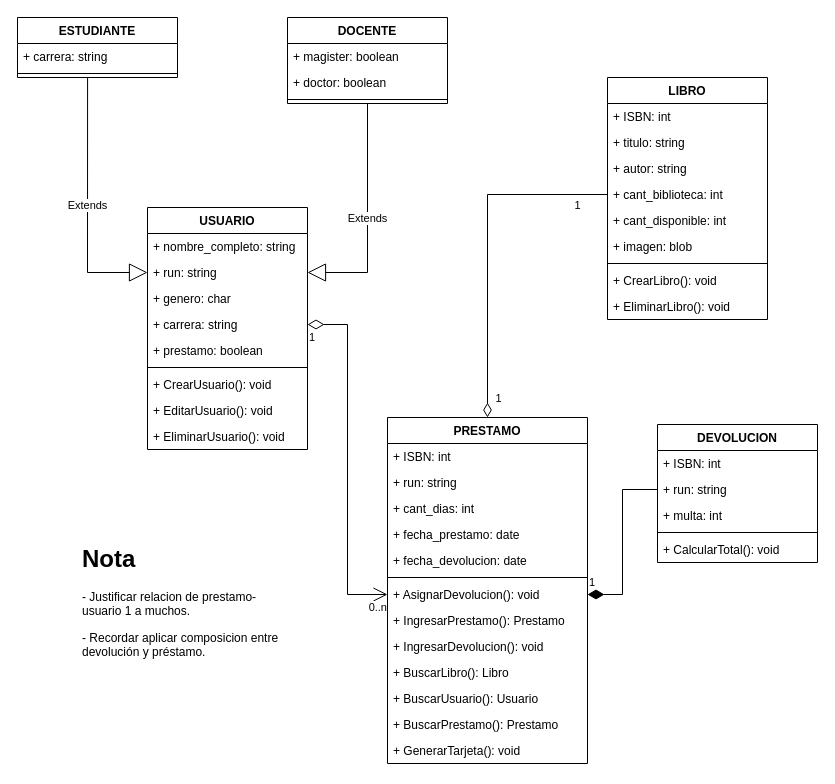
This is page "Página-1" (1 of 3) of UML_Libreria.drawio from JeanPiffaut/Sumativa2-prestamos, a draw.io file, before an edit. Source tidied: cells renumbered, new cells numbered last; positions are measured from the earlier drawing's top-left corner, leaving out a move shared by most shapes. Both pictures are drawn from the tidied source at 100%, with x=0, y=0 at pixel (17, 17).
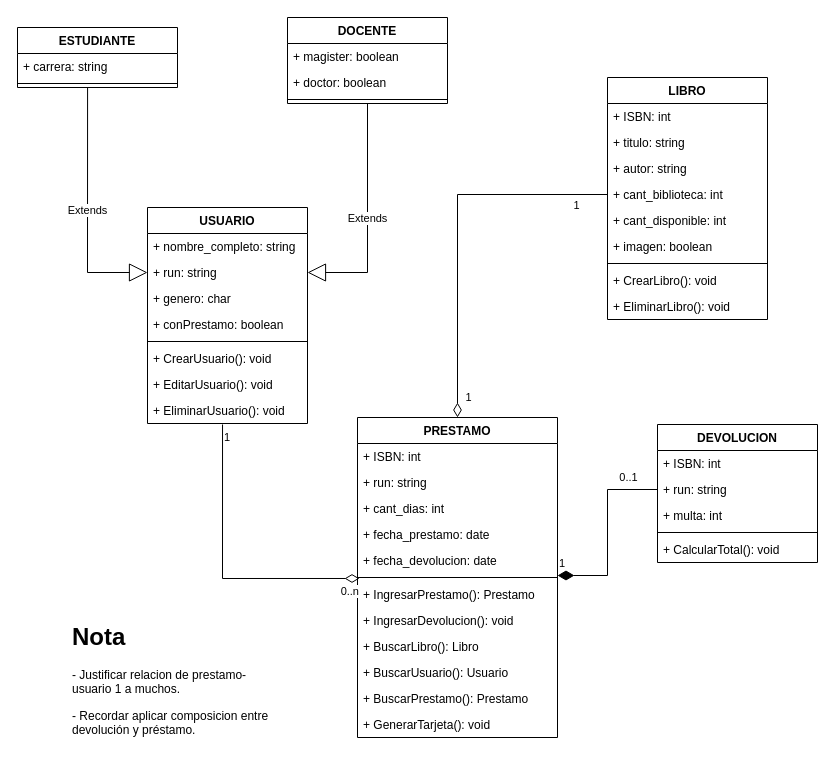
Above is the later version.

The change refers to these unchanged cells:
```xml
<mxCell id="19" value="LIBRO" style="swimlane;fontStyle=1;align=center;verticalAlign=top;horizontal=1;startSize=26;" parent="1" vertex="1">
  <mxGeometry x="590" y="60" width="160" height="242" as="geometry" />
</mxCell>
<mxCell id="34" value="+ fecha_devolucion: date" style="text;strokeColor=none;fillColor=none;align=left;verticalAlign=top;spacingLeft=4;spacingRight=4;overflow=hidden;points=[[0,0.5],[1,0.5]];portConstraint=eastwest;" parent="29" vertex="1">
  <mxGeometry y="130" width="200" height="26" as="geometry" />
</mxCell>
<mxCell id="35" style="line;strokeWidth=1;fillColor=none;align=left;verticalAlign=middle;spacingTop=-1;spacingLeft=3;spacingRight=3;labelPosition=right;points=[];portConstraint=eastwest;strokeColor=inherit;" parent="29" vertex="1">
  <mxGeometry y="156" width="200" height="8" as="geometry" />
</mxCell>
<mxCell id="45" value="+ run: string" style="text;strokeColor=none;fillColor=none;align=left;verticalAlign=top;spacingLeft=4;spacingRight=4;overflow=hidden;points=[[0,0.5],[1,0.5]];portConstraint=eastwest;" parent="43" vertex="1">
  <mxGeometry y="52" width="160" height="26" as="geometry" />
</mxCell>
```

Diff of the diagram source:
```diff
@@
     <mxCell id="6" value="ESTUDIANTE" style="swimlane;fontStyle=1;align=center;verticalAlign=top;horizontal=1;startSize=26;" parent="1" vertex="1">
-      <mxGeometry width="160" height="60" as="geometry" />
+      <mxGeometry y="10" width="160" height="60" as="geometry" />
     </mxCell>
@@
     <mxCell id="9" value="USUARIO" style="swimlane;fontStyle=1;align=center;verticalAlign=top;horizontal=1;startSize=26;" parent="1" vertex="1">
-      <mxGeometry x="130" y="190" width="160" height="242" as="geometry" />
+      <mxGeometry x="130" y="190" width="160" height="216" as="geometry" />
     </mxCell>
@@
-    <mxCell id="13" value="+ carrera: string" style="text;strokeColor=none;fillColor=none;align=left;verticalAlign=top;spacingLeft=4;spacingRight=4;overflow=hidden;points=[[0,0.5],[1,0.5]];portConstraint=eastwest;" parent="9" vertex="1">
-      <mxGeometry y="104" width="160" height="26" as="geometry" />
-    </mxCell>
-    <mxCell id="14" value="+ prestamo: boolean" style="text;strokeColor=none;fillColor=none;align=left;verticalAlign=top;spacingLeft=4;spacingRight=4;overflow=hidden;" parent="9" vertex="1">
-      <mxGeometry y="130" width="160" height="26" as="geometry" />
+    <mxCell id="14" value="+ conPrestamo: boolean" style="text;strokeColor=none;fillColor=none;align=left;verticalAlign=top;spacingLeft=4;spacingRight=4;overflow=hidden;" parent="9" vertex="1">
+      <mxGeometry y="104" width="160" height="26" as="geometry" />
     </mxCell>
     <mxCell id="15" style="line;strokeWidth=1;fillColor=none;align=left;verticalAlign=middle;spacingTop=-1;spacingLeft=3;spacingRight=3;labelPosition=right;strokeColor=inherit;" parent="9" vertex="1">
-      <mxGeometry y="156" width="160" height="8" as="geometry" />
+      <mxGeometry y="130" width="160" height="8" as="geometry" />
     </mxCell>
     <mxCell id="16" value="+ CrearUsuario(): void" style="text;strokeColor=none;fillColor=none;align=left;verticalAlign=top;spacingLeft=4;spacingRight=4;overflow=hidden;" parent="9" vertex="1">
-      <mxGeometry y="164" width="160" height="26" as="geometry" />
+      <mxGeometry y="138" width="160" height="26" as="geometry" />
     </mxCell>
     <mxCell id="17" value="+ EditarUsuario(): void" style="text;strokeColor=none;fillColor=none;align=left;verticalAlign=top;spacingLeft=4;spacingRight=4;overflow=hidden;" parent="9" vertex="1">
-      <mxGeometry y="190" width="160" height="26" as="geometry" />
+      <mxGeometry y="164" width="160" height="26" as="geometry" />
     </mxCell>
     <mxCell id="18" value="+ EliminarUsuario(): void" style="text;strokeColor=none;fillColor=none;align=left;verticalAlign=top;spacingLeft=4;spacingRight=4;overflow=hidden;points=[[0,0.5],[1,0.5]];portConstraint=eastwest;" parent="9" vertex="1">
-      <mxGeometry y="216" width="160" height="26" as="geometry" />
+      <mxGeometry y="190" width="160" height="26" as="geometry" />
     </mxCell>
@@
-    <mxCell id="25" value="+ imagen: blob " style="text;strokeColor=none;fillColor=none;align=left;verticalAlign=top;spacingLeft=4;spacingRight=4;overflow=hidden;" parent="19" vertex="1">
+    <mxCell id="25" value="+ imagen: boolean" style="text;strokeColor=none;fillColor=none;align=left;verticalAlign=top;spacingLeft=4;spacingRight=4;overflow=hidden;" parent="19" vertex="1">
       <mxGeometry y="156" width="160" height="26" as="geometry" />
     </mxCell>
@@
     <mxCell id="29" value="PRESTAMO" style="swimlane;fontStyle=1;align=center;verticalAlign=top;horizontal=1;startSize=26;" parent="1" vertex="1">
-      <mxGeometry x="370" y="400" width="200" height="346" as="geometry" />
+      <mxGeometry x="340" y="400" width="200" height="320" as="geometry" />
     </mxCell>
@@
-    <mxCell id="36" value="+ AsignarDevolucion(): void" style="text;strokeColor=none;fillColor=none;align=left;verticalAlign=top;spacingLeft=4;spacingRight=4;overflow=hidden;points=[[0,0.5],[1,0.5]];portConstraint=eastwest;" parent="29" vertex="1">
-      <mxGeometry y="164" width="200" height="26" as="geometry" />
-    </mxCell>
     <mxCell id="37" value="+ IngresarPrestamo(): Prestamo" style="text;strokeColor=none;fillColor=none;align=left;verticalAlign=top;spacingLeft=4;spacingRight=4;overflow=hidden;" parent="29" vertex="1">
-      <mxGeometry y="190" width="200" height="26" as="geometry" />
+      <mxGeometry y="164" width="200" height="26" as="geometry" />
     </mxCell>
     <mxCell id="38" value="+ IngresarDevolucion(): void" style="text;strokeColor=none;fillColor=none;align=left;verticalAlign=top;spacingLeft=4;spacingRight=4;overflow=hidden;" parent="29" vertex="1">
-      <mxGeometry y="216" width="200" height="26" as="geometry" />
+      <mxGeometry y="190" width="200" height="26" as="geometry" />
     </mxCell>
     <mxCell id="39" value="+ BuscarLibro(): Libro" style="text;strokeColor=none;fillColor=none;align=left;verticalAlign=top;spacingLeft=4;spacingRight=4;overflow=hidden;" parent="29" vertex="1">
-      <mxGeometry y="242" width="200" height="26" as="geometry" />
+      <mxGeometry y="216" width="200" height="26" as="geometry" />
     </mxCell>
     <mxCell id="40" value="+ BuscarUsuario(): Usuario" style="text;strokeColor=none;fillColor=none;align=left;verticalAlign=top;spacingLeft=4;spacingRight=4;overflow=hidden;" parent="29" vertex="1">
-      <mxGeometry y="268" width="200" height="26" as="geometry" />
+      <mxGeometry y="242" width="200" height="26" as="geometry" />
     </mxCell>
     <mxCell id="41" value="+ BuscarPrestamo(): Prestamo" style="text;strokeColor=none;fillColor=none;align=left;verticalAlign=top;spacingLeft=4;spacingRight=4;overflow=hidden;" parent="29" vertex="1">
-      <mxGeometry y="294" width="200" height="26" as="geometry" />
+      <mxGeometry y="268" width="200" height="26" as="geometry" />
     </mxCell>
     <mxCell id="42" value="+ GenerarTarjeta(): void" style="text;strokeColor=none;fillColor=none;align=left;verticalAlign=top;spacingLeft=4;spacingRight=4;overflow=hidden;" parent="29" vertex="1">
-      <mxGeometry y="320" width="200" height="26" as="geometry" />
+      <mxGeometry y="294" width="200" height="26" as="geometry" />
     </mxCell>
@@
-    <mxCell id="49" value="1" style="endArrow=none;html=1;endSize=12;startArrow=diamondThin;startSize=14;startFill=1;edgeStyle=orthogonalEdgeStyle;align=left;verticalAlign=bottom;rounded=0;entryX=0;entryY=0.5;entryDx=0;entryDy=0;exitX=1;exitY=0.5;exitDx=0;exitDy=0;endFill=0;" parent="1" edge="1" source="36" target="45">
+    <mxCell id="49" value="1" style="endArrow=none;html=1;endSize=12;startArrow=diamondThin;startSize=14;startFill=1;edgeStyle=orthogonalEdgeStyle;align=left;verticalAlign=bottom;rounded=0;entryX=0;entryY=0.5;entryDx=0;entryDy=0;exitX=1;exitY=0.25;exitDx=0;exitDy=0;endFill=0;exitPerimeter=0;" parent="1" edge="1" source="35" target="45">
       <mxGeometry x="-1" y="3" relative="1" as="geometry" />
     </mxCell>
+    <mxCell id="59" value="0..1" style="edgeLabel;html=1;align=center;verticalAlign=middle;" parent="49" vertex="1">
+      <mxGeometry x="0.68" y="-3" relative="1" as="geometry">
+        <mxPoint y="-16" as="offset" />
+      </mxGeometry>
+    </mxCell>
-    <mxCell id="50" style="endArrow=open;html=1;endSize=12;startArrow=diamondThin;startSize=14;startFill=0;edgeStyle=orthogonalEdgeStyle;rounded=0;exitX=1;exitY=0.5;exitDx=0;exitDy=0;entryX=0;entryY=0.5;entryDx=0;entryDy=0;" parent="1" edge="1" source="13" target="36">
+    <mxCell id="50" style="endArrow=diamondThin;html=1;endSize=12;startArrow=none;startSize=14;startFill=0;edgeStyle=orthogonalEdgeStyle;rounded=0;exitX=0.469;exitY=1.038;exitDx=0;exitDy=0;entryX=0.01;entryY=1.192;entryDx=0;entryDy=0;endFill=0;entryPerimeter=0;exitPerimeter=0;" parent="1" edge="1" source="18" target="34">
       <mxGeometry relative="1" as="geometry" />
     </mxCell>
@@
     <mxCell id="58" value="&lt;h1&gt;Nota&lt;/h1&gt;&lt;p&gt;- Justificar relacion de prestamo-usuario 1 a muchos.&lt;/p&gt;&lt;p&gt;- Recordar aplicar composicion entre devolución y préstamo.&lt;/p&gt;" style="text;html=1;strokeColor=none;fillColor=none;spacing=5;spacingTop=-20;whiteSpace=wrap;overflow=hidden;rounded=0;" parent="1" vertex="1">
-      <mxGeometry x="60" y="522" width="220" height="120" as="geometry" />
+      <mxGeometry x="50" y="600" width="220" height="120" as="geometry" />
     </mxCell>
```
